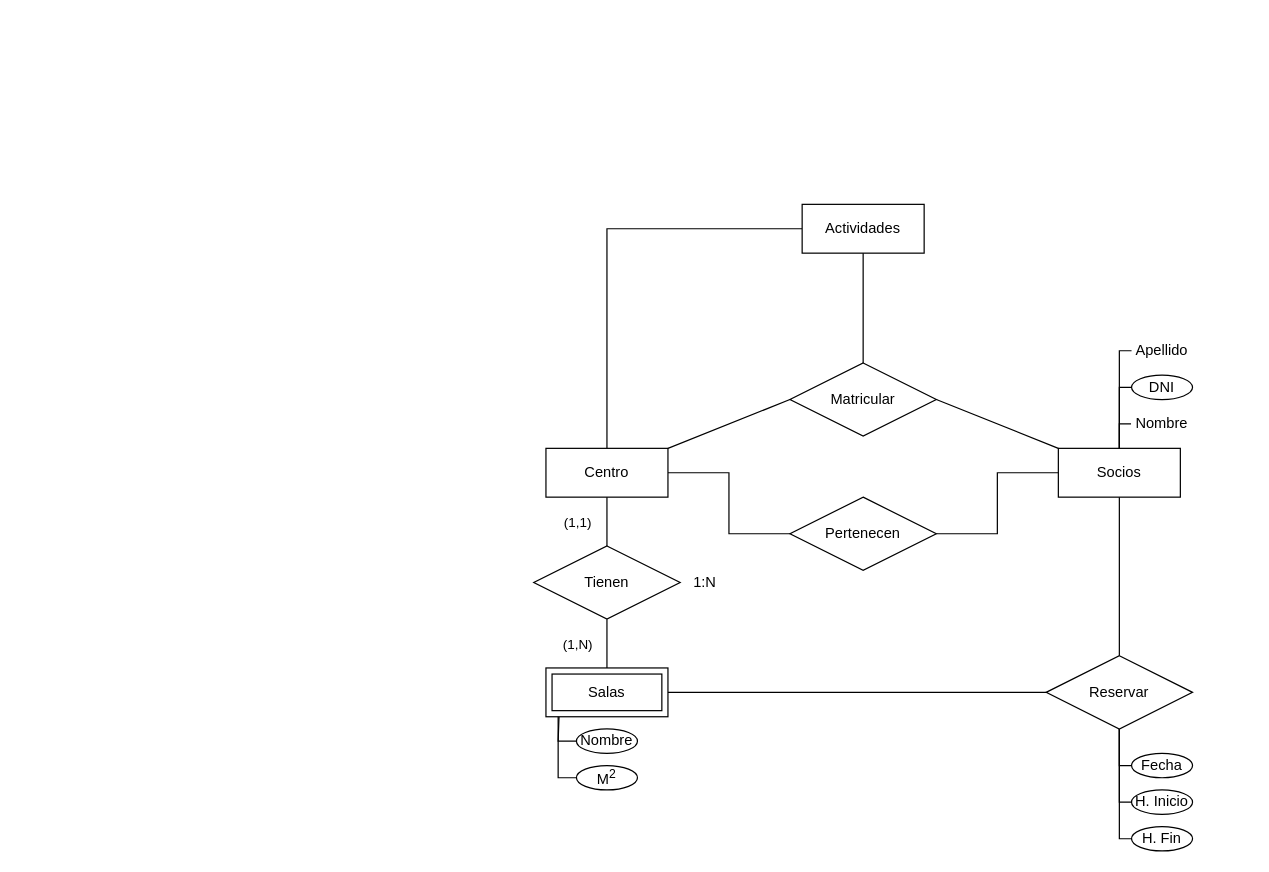
This is basesdedatos.drawio from Alejandrogaralv/Lenguaje-de-marcas, a draw.io file, before an edit. Source tidied: cells renumbered, new cells numbered last; positions are measured from the earlier drawing's top-left corner, leaving out a move shared by most shapes. Both pictures are drawn from the tidied source at 122%, with x=0, y=0 at pixel (533, 204).
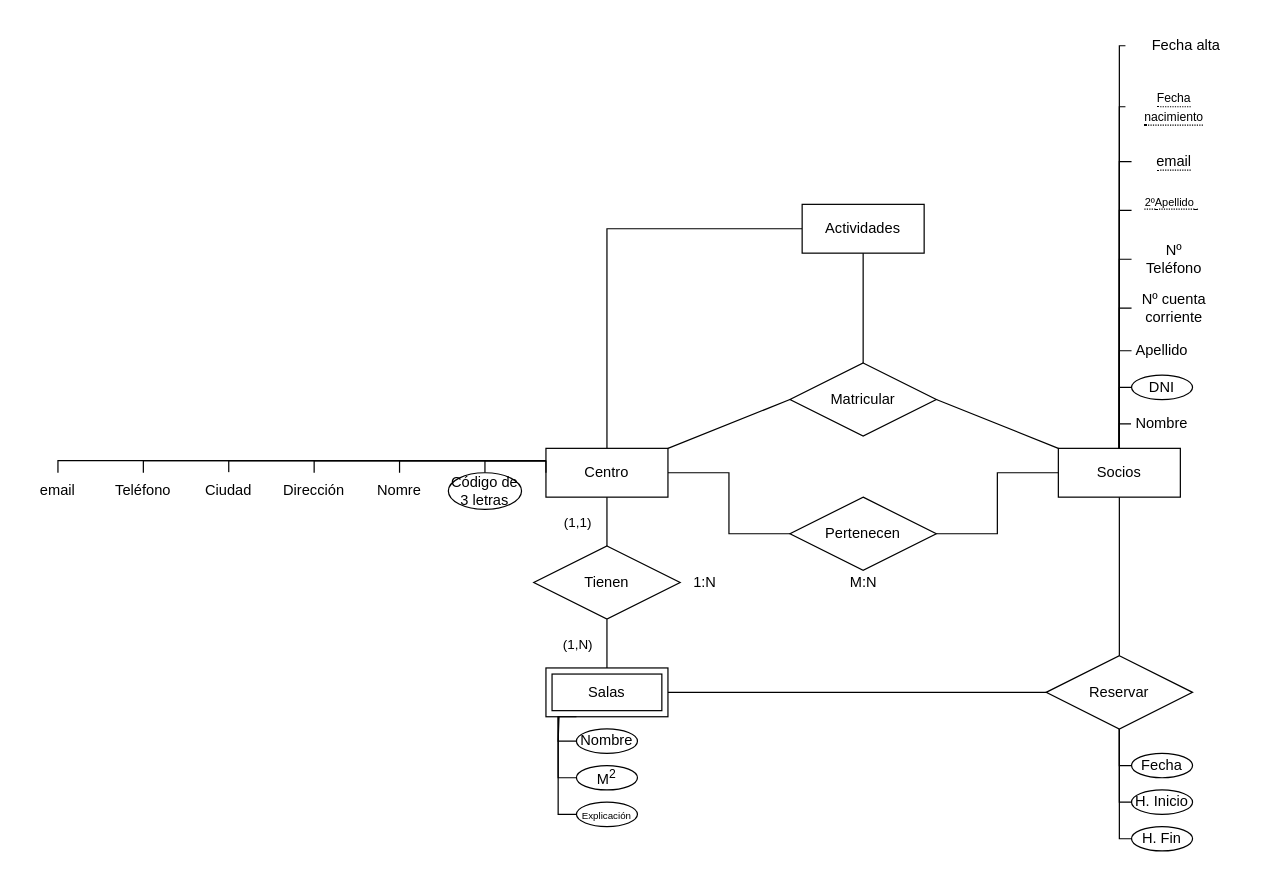
The same page after the edit.

Unchanged cells that the change refers to:
```xml
<mxCell id="5" value="Centro" style="whiteSpace=wrap;html=1;align=center;" parent="1" vertex="1">
  <mxGeometry x="10" y="200" width="100" height="40" as="geometry" />
</mxCell>
<mxCell id="7" value="Socios" style="whiteSpace=wrap;html=1;align=center;" parent="1" vertex="1">
  <mxGeometry x="430" y="200" width="100" height="40" as="geometry" />
</mxCell>
<mxCell id="12" value="Salas" style="shape=ext;margin=3;double=1;whiteSpace=wrap;html=1;align=center;" parent="1" vertex="1">
  <mxGeometry x="10" y="380" width="100" height="40" as="geometry" />
</mxCell>
```

What changed in the source:
```diff
@@
+    <mxCell id="39" style="edgeStyle=orthogonalEdgeStyle;rounded=0;jettySize=auto;html=1;endArrow=none;endFill=0;" parent="1" edge="1" source="5" target="40">
+      <mxGeometry relative="1" as="geometry">
+        <Array as="points">
+          <mxPoint x="-40" y="210" />
+        </Array>
+      </mxGeometry>
+    </mxCell>
@@
+    <mxCell id="40" value="Código de 3 letras" style="ellipse;whiteSpace=wrap;html=1;strokeColor=#000000;" parent="1" vertex="1">
+      <mxGeometry x="-70" y="220" width="60" height="30" as="geometry" />
+    </mxCell>
+    <mxCell id="41" style="edgeStyle=orthogonalEdgeStyle;rounded=0;orthogonalLoop=1;jettySize=auto;html=1;exitX=0;exitY=0.5;exitDx=0;exitDy=0;entryX=0;entryY=0.25;entryDx=0;entryDy=0;endArrow=none;endFill=0;" parent="1" edge="1" source="5" target="5">
+      <mxGeometry relative="1" as="geometry" />
+    </mxCell>
+    <mxCell id="42" value="Nomre" style="ellipse;whiteSpace=wrap;html=1;strokeColor=#FFFFFF;" parent="1" vertex="1">
+      <mxGeometry x="-140" y="220" width="60" height="30" as="geometry" />
+    </mxCell>
+    <mxCell id="43" style="edgeStyle=orthogonalEdgeStyle;rounded=0;jettySize=auto;html=1;endArrow=none;endFill=0;entryX=0.5;entryY=0;entryDx=0;entryDy=0;exitX=0;exitY=0.25;exitDx=0;exitDy=0;" parent="1" edge="1" source="5" target="42">
+      <mxGeometry relative="1" as="geometry">
+        <Array as="points">
+          <mxPoint x="-110" y="210" />
+        </Array>
+      </mxGeometry>
+    </mxCell>
+    <mxCell id="44" value="Dirección" style="ellipse;whiteSpace=wrap;html=1;strokeColor=#FFFFFF;" parent="1" vertex="1">
+      <mxGeometry x="-210" y="220" width="60" height="30" as="geometry" />
+    </mxCell>
+    <mxCell id="45" style="edgeStyle=orthogonalEdgeStyle;rounded=0;jettySize=auto;html=1;endArrow=none;endFill=0;entryX=0.5;entryY=0;entryDx=0;entryDy=0;exitX=0;exitY=0.25;exitDx=0;exitDy=0;" parent="1" edge="1" source="5" target="44">
+      <mxGeometry relative="1" as="geometry">
+        <Array as="points">
+          <mxPoint x="-180" y="210" />
+        </Array>
+      </mxGeometry>
+    </mxCell>
+    <mxCell id="46" style="edgeStyle=orthogonalEdgeStyle;rounded=0;jettySize=auto;html=1;endArrow=none;endFill=0;entryX=0.5;entryY=0;entryDx=0;entryDy=0;exitX=0;exitY=0.25;exitDx=0;exitDy=0;" parent="1" edge="1" source="5" target="47">
+      <mxGeometry relative="1" as="geometry">
+        <Array as="points">
+          <mxPoint x="-250" y="210" />
+        </Array>
+      </mxGeometry>
+    </mxCell>
+    <mxCell id="47" value="Ciudad" style="ellipse;whiteSpace=wrap;html=1;strokeColor=#FFFFFF;" parent="1" vertex="1">
+      <mxGeometry x="-280" y="220" width="60" height="30" as="geometry" />
+    </mxCell>
+    <mxCell id="48" value="Teléfono" style="ellipse;whiteSpace=wrap;html=1;strokeColor=#FFFFFF;" parent="1" vertex="1">
+      <mxGeometry x="-350" y="220" width="60" height="30" as="geometry" />
+    </mxCell>
+    <mxCell id="49" style="edgeStyle=orthogonalEdgeStyle;rounded=0;jettySize=auto;html=1;endArrow=none;endFill=0;entryX=0.5;entryY=0;entryDx=0;entryDy=0;exitX=0;exitY=0.25;exitDx=0;exitDy=0;" parent="1" edge="1" source="5" target="48">
+      <mxGeometry relative="1" as="geometry">
+        <Array as="points">
+          <mxPoint x="-320" y="210" />
+        </Array>
+      </mxGeometry>
+    </mxCell>
+    <mxCell id="50" value="email" style="ellipse;whiteSpace=wrap;html=1;strokeColor=#FFFFFF;" parent="1" vertex="1">
+      <mxGeometry x="-420" y="220" width="60" height="30" as="geometry" />
+    </mxCell>
+    <mxCell id="51" style="edgeStyle=orthogonalEdgeStyle;rounded=0;jettySize=auto;html=1;endArrow=none;endFill=0;entryX=0.5;entryY=0;entryDx=0;entryDy=0;exitX=0;exitY=0.25;exitDx=0;exitDy=0;" parent="1" edge="1" source="5" target="50">
+      <mxGeometry relative="1" as="geometry">
+        <Array as="points">
+          <mxPoint x="-390" y="210" />
+        </Array>
+      </mxGeometry>
+    </mxCell>
+    <mxCell id="52" value="Nº cuenta corriente" style="ellipse;whiteSpace=wrap;html=1;align=center;strokeColor=#FFFFFF;" parent="1" vertex="1">
+      <mxGeometry x="490" y="70" width="70" height="30" as="geometry" />
+    </mxCell>
+    <mxCell id="53" style="edgeStyle=orthogonalEdgeStyle;rounded=0;jettySize=auto;html=1;endArrow=none;exitX=0.5;exitY=0;exitDx=0;exitDy=0;entryX=0;entryY=0.5;entryDx=0;entryDy=0;" parent="1" edge="1" source="7" target="52">
+      <mxGeometry relative="1" as="geometry">
+        <Array as="points">
+          <mxPoint x="480" y="85" />
+        </Array>
+      </mxGeometry>
+    </mxCell>
+    <mxCell id="54" value="Nº&lt;br&gt;Teléfono" style="ellipse;whiteSpace=wrap;html=1;align=center;strokeColor=#FFFFFF;" parent="1" vertex="1">
+      <mxGeometry x="490" y="30" width="70" height="30" as="geometry" />
+    </mxCell>
+    <mxCell id="55" style="edgeStyle=orthogonalEdgeStyle;rounded=0;jettySize=auto;html=1;endArrow=none;exitX=0.5;exitY=0;exitDx=0;exitDy=0;entryX=0;entryY=0.5;entryDx=0;entryDy=0;" parent="1" edge="1" source="7" target="54">
+      <mxGeometry relative="1" as="geometry">
+        <Array as="points">
+          <mxPoint x="480" y="45" />
+        </Array>
+      </mxGeometry>
+    </mxCell>
+    <mxCell id="56" value="&lt;font style=&quot;font-size: 9px&quot;&gt;&lt;span style=&quot;border-bottom: 1px dotted&quot;&gt;2º&lt;/span&gt;&lt;span style=&quot;border-bottom: 1px dotted&quot;&gt;&lt;font style=&quot;font-size: 9px&quot;&gt;Apellido&lt;/font&gt;&lt;/span&gt;&lt;/font&gt;&lt;span style=&quot;border-bottom: 1px dotted ; font-size: 8px&quot;&gt;&amp;nbsp;&lt;br&gt;&lt;br&gt;&lt;/span&gt;" style="ellipse;whiteSpace=wrap;html=1;align=center;strokeColor=#FFFFFF;" parent="1" vertex="1">
+      <mxGeometry x="490" y="-10" width="65" height="30" as="geometry" />
+    </mxCell>
+    <mxCell id="57" style="edgeStyle=orthogonalEdgeStyle;rounded=0;jettySize=auto;html=1;endArrow=none;exitX=0.5;exitY=0;exitDx=0;exitDy=0;entryX=0;entryY=0.5;entryDx=0;entryDy=0;" parent="1" edge="1" source="7" target="56">
+      <mxGeometry relative="1" as="geometry">
+        <Array as="points">
+          <mxPoint x="480" y="5" />
+        </Array>
+      </mxGeometry>
+    </mxCell>
+    <mxCell id="58" value="&lt;span style=&quot;border-bottom: 1px dotted&quot;&gt;email&lt;/span&gt;" style="ellipse;whiteSpace=wrap;html=1;align=center;strokeColor=#FFFFFF;" parent="1" vertex="1">
+      <mxGeometry x="490" y="-50" width="70" height="30" as="geometry" />
+    </mxCell>
+    <mxCell id="59" style="edgeStyle=orthogonalEdgeStyle;rounded=0;jettySize=auto;html=1;endArrow=none;exitX=0.5;exitY=0;exitDx=0;exitDy=0;entryX=0;entryY=0.5;entryDx=0;entryDy=0;" parent="1" edge="1" source="7" target="58">
+      <mxGeometry relative="1" as="geometry">
+        <Array as="points">
+          <mxPoint x="480" y="-35" />
+        </Array>
+      </mxGeometry>
+    </mxCell>
+    <mxCell id="60" value="&lt;span style=&quot;border-bottom: 1px dotted&quot;&gt;&lt;font style=&quot;font-size: 10px&quot;&gt;Fecha nacimiento&lt;/font&gt;&lt;/span&gt;" style="ellipse;whiteSpace=wrap;html=1;align=center;strokeColor=#FFFFFF;" parent="1" vertex="1">
+      <mxGeometry x="485" y="-100" width="80" height="40" as="geometry" />
+    </mxCell>
+    <mxCell id="61" style="edgeStyle=orthogonalEdgeStyle;rounded=0;jettySize=auto;html=1;endArrow=none;exitX=0.5;exitY=0;exitDx=0;exitDy=0;entryX=0;entryY=0.5;entryDx=0;entryDy=0;" parent="1" edge="1" source="7" target="60">
+      <mxGeometry relative="1" as="geometry">
+        <Array as="points">
+          <mxPoint x="480" y="-80" />
+        </Array>
+      </mxGeometry>
+    </mxCell>
+    <mxCell id="62" value="Fecha alta" style="ellipse;whiteSpace=wrap;html=1;align=center;strokeColor=#FFFFFF;" parent="1" vertex="1">
+      <mxGeometry x="485" y="-150" width="100" height="40" as="geometry" />
+    </mxCell>
+    <mxCell id="63" style="edgeStyle=orthogonalEdgeStyle;rounded=0;jettySize=auto;html=1;endArrow=none;exitX=0.5;exitY=0;exitDx=0;exitDy=0;entryX=0;entryY=0.5;entryDx=0;entryDy=0;" parent="1" edge="1" source="7" target="62">
+      <mxGeometry relative="1" as="geometry">
+        <Array as="points">
+          <mxPoint x="480" y="-130" />
+        </Array>
+      </mxGeometry>
+    </mxCell>
+    <mxCell id="64" value="&lt;span style=&quot;font-size: 8px&quot;&gt;Explicación&lt;/span&gt;" style="ellipse;whiteSpace=wrap;html=1;align=center;" parent="1" vertex="1">
+      <mxGeometry x="35" y="490" width="50" height="20" as="geometry" />
+    </mxCell>
+    <mxCell id="65" style="edgeStyle=orthogonalEdgeStyle;rounded=0;jettySize=auto;html=1;entryX=0;entryY=0.5;entryDx=0;entryDy=0;endArrow=none;exitX=0.25;exitY=1;exitDx=0;exitDy=0;" parent="1" edge="1" source="12" target="64">
+      <mxGeometry relative="1" as="geometry">
+        <Array as="points">
+          <mxPoint x="20" y="420" />
+          <mxPoint x="20" y="500" />
+        </Array>
+      </mxGeometry>
+    </mxCell>
+    <mxCell id="66" value="M:N" style="text;html=1;align=center;verticalAlign=middle;strokeColor=none;" parent="1" vertex="1">
+      <mxGeometry x="250" y="300" width="40" height="20" as="geometry" />
+    </mxCell>
```
